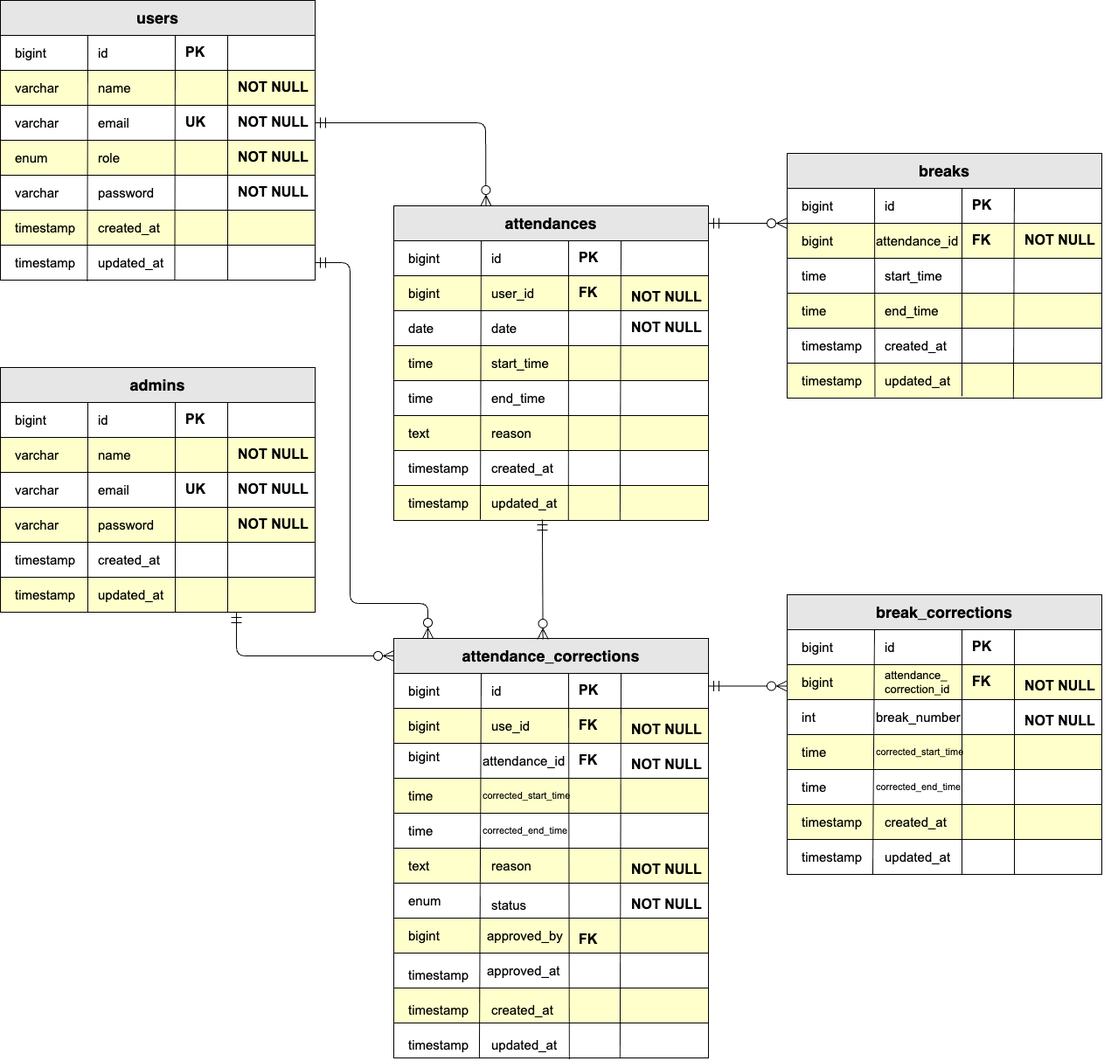
ks-kanae/attendance-management keeps this draw.io diagram as attendance-mangement.drawio.png. Above is the earlier version. Source tidied: cells renumbered, new cells last; positions are measured from the earlier drawing's top-left corner, leaving out a move shared by most shapes.
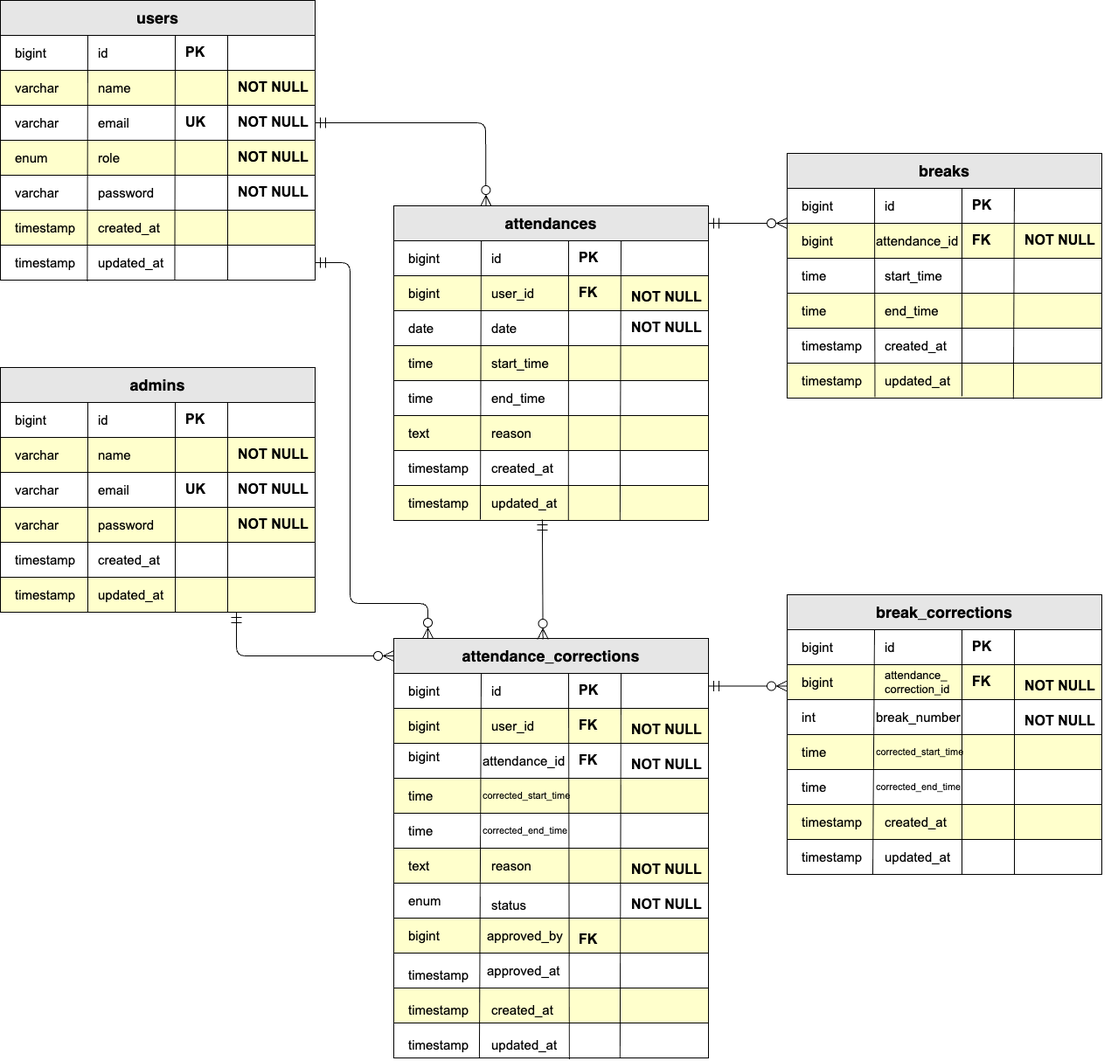
Above is the later version.

The edit, as a diff of the source:
```diff
@@ -384,7 +384,7 @@
     <mxCell id="119" value="&lt;div&gt;&lt;span style=&quot;background-color: transparent;&quot;&gt;&lt;font face=&quot;Arial, sans-serif&quot;&gt;text&lt;/font&gt;&lt;/span&gt;&lt;/div&gt;" style="text;html=1;align=left;verticalAlign=middle;strokeColor=none;fillColor=none;fontSize=15;" parent="1" vertex="1">
       <mxGeometry x="465" y="975" width="50" height="30" as="geometry" />
     </mxCell>
-    <mxCell id="120" value="&lt;div&gt;&lt;span style=&quot;background-color: transparent;&quot;&gt;&lt;font face=&quot;Arial, sans-serif&quot;&gt;use_id&lt;/font&gt;&lt;/span&gt;&lt;/div&gt;" style="text;html=1;align=left;verticalAlign=middle;strokeColor=none;fillColor=none;fontSize=15;" parent="1" vertex="1">
+    <mxCell id="120" value="&lt;div&gt;&lt;span style=&quot;background-color: transparent;&quot;&gt;&lt;font face=&quot;Arial, sans-serif&quot;&gt;user_id&lt;/font&gt;&lt;/span&gt;&lt;/div&gt;" style="text;html=1;align=left;verticalAlign=middle;strokeColor=none;fillColor=none;fontSize=15;" parent="1" vertex="1">
       <mxGeometry x="560" y="815" width="70" height="30" as="geometry" />
     </mxCell>
     <mxCell id="121" value="&lt;div&gt;&lt;span style=&quot;background-color: transparent;&quot;&gt;&lt;font face=&quot;Arial, sans-serif&quot;&gt;bigint&lt;/font&gt;&lt;/span&gt;&lt;/div&gt;" style="text;html=1;align=left;verticalAlign=middle;strokeColor=none;fillColor=none;fontSize=15;" parent="1" vertex="1">
```
